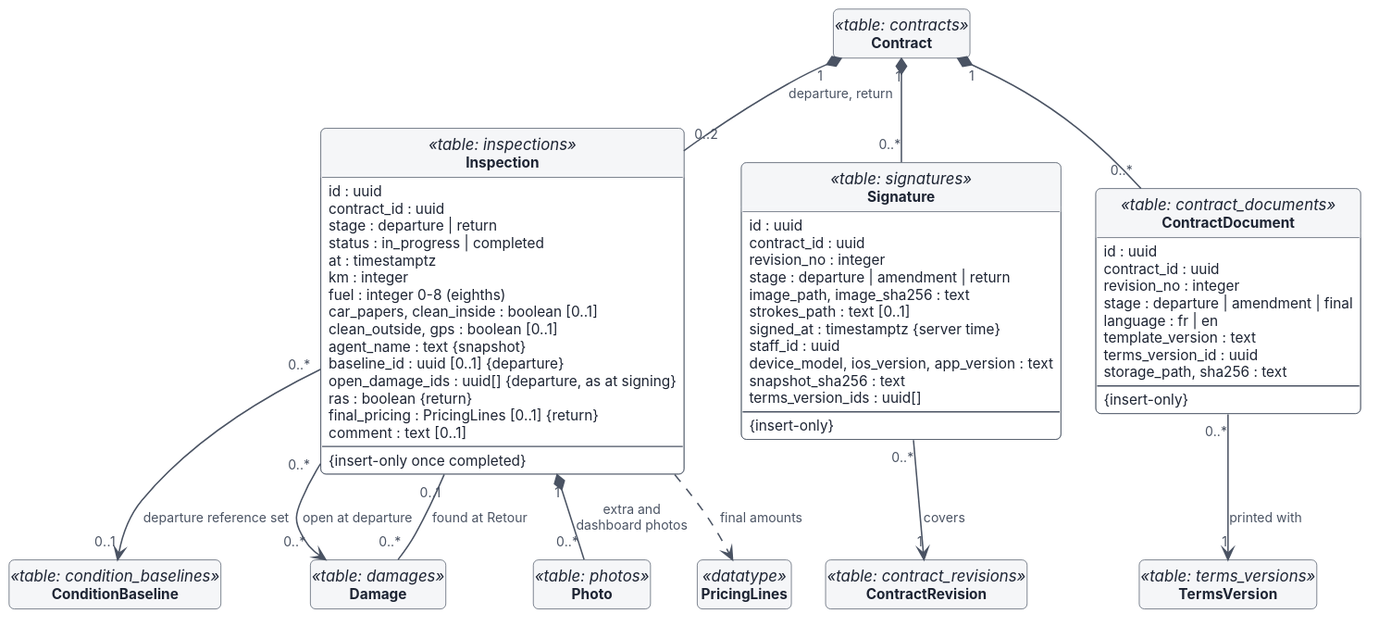
Earlier version of the PlantUML export docs/architecture/svg/08-data-evidence.svg (ColJurten/mccarriviera-staff-app).
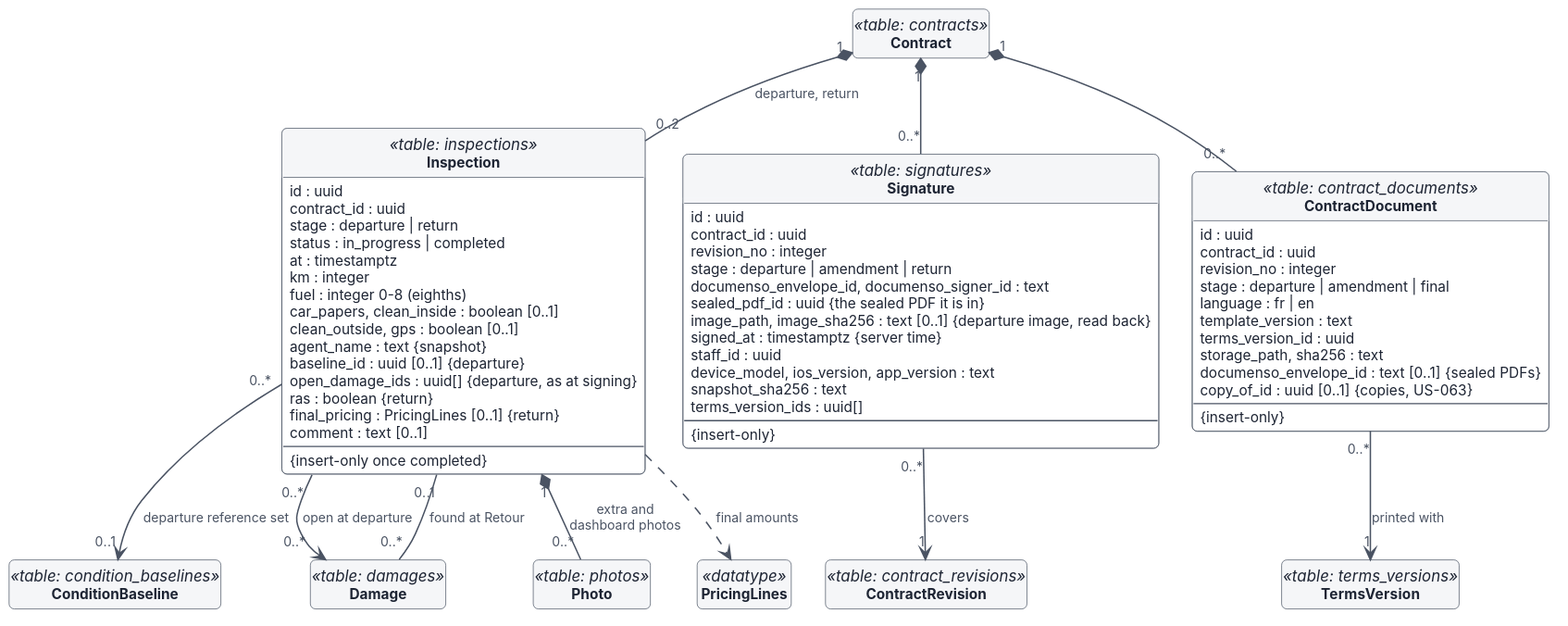
The same diagram one commit later.

What changed in the source:
```diff
@@ -46,8 +46,9 @@
   contract_id : uuid
   revision_no : integer
   stage : departure | amendment | return
-  image_path, image_sha256 : text
-  strokes_path : text [0..1]
+  documenso_envelope_id, documenso_signer_id : text
+  sealed_pdf_id : uuid {the sealed PDF it is in}
+  image_path, image_sha256 : text [0..1] {departure image, read back}
   signed_at : timestamptz {server time}
   staff_id : uuid
   device_model, ios_version, app_version : text
@@ -66,6 +67,8 @@
   template_version : text
   terms_version_id : uuid
   storage_path, sha256 : text
+  documenso_envelope_id : text [0..1] {sealed PDFs}
+  copy_of_id : uuid [0..1] {copies, US-063}
   --
   {insert-only}
 }
```
